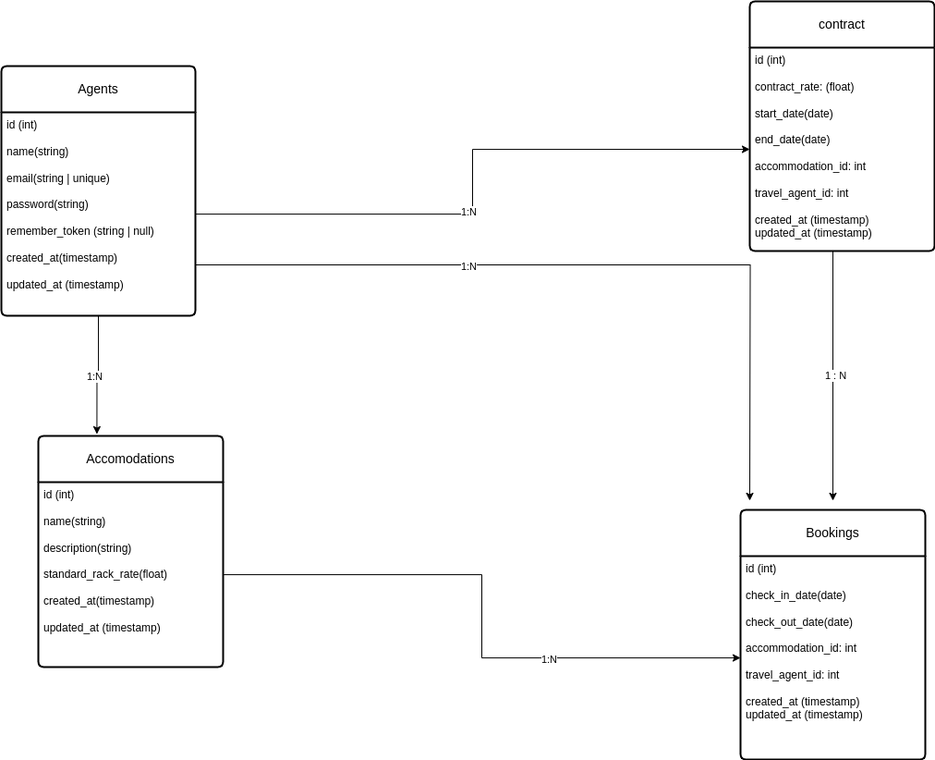
menyagah/B2B_Platform_For_TravelAgents keeps this draw.io diagram as DatabaseUML.drawio.png. Above is the earlier version. Source tidied: cells renumbered, new cells last; positions are measured from the earlier drawing's top-left corner, leaving out a move shared by most shapes.
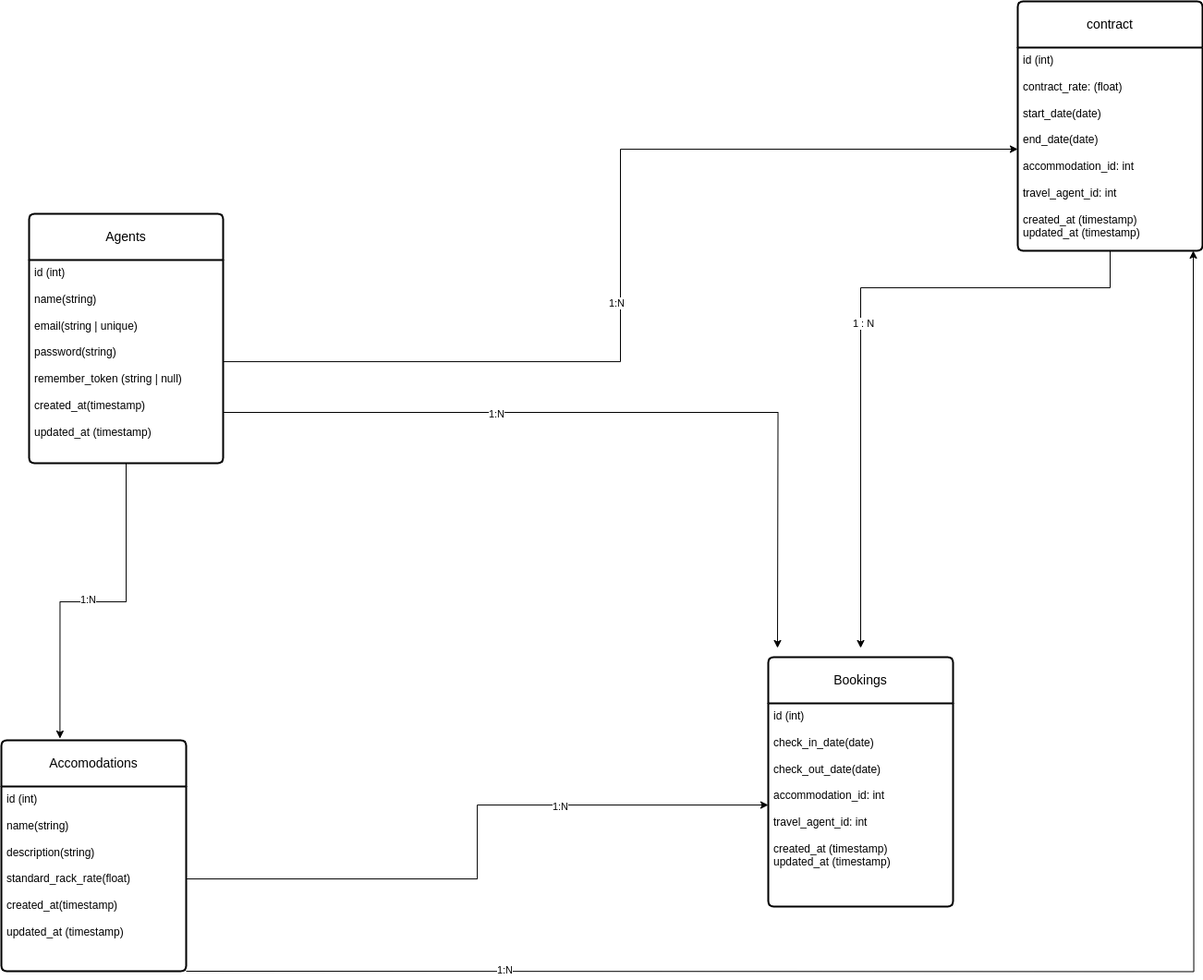
After the change.

Commit message:
Fix entity relationships

Change to the diagram source:
```diff
@@ -9,13 +9,13 @@
       <mxGeometry y="50" width="210" height="220" as="geometry" />
     </mxCell>
     <mxCell id="4" value="contract" style="swimlane;horizontal=1;startSize=50;rounded=1;fontSize=14;fontStyle=0;strokeWidth=2;shadow=0;dashed=0;align=center;arcSize=4;whiteSpace=wrap;html=1;" parent="1" vertex="1">
-      <mxGeometry x="810" width="200" height="270" as="geometry" />
+      <mxGeometry x="1070" y="-160" width="200" height="270" as="geometry" />
     </mxCell>
     <mxCell id="5" value="id (int)&lt;br&gt;&lt;br&gt;contract_rate: (float)&lt;br&gt;&lt;br&gt;start_date(date)&lt;br&gt;&lt;br&gt;end_date(date)&lt;br&gt;&lt;br&gt;accommodation_id: int&lt;br&gt;&lt;br&gt;travel_agent_id: int&lt;br&gt;&lt;br&gt;created_at (timestamp)&lt;br&gt;updated_at (timestamp)" style="align=left;strokeColor=none;fillColor=none;spacingLeft=4;fontSize=12;verticalAlign=top;html=1;" parent="4" vertex="1">
       <mxGeometry y="50" width="200" height="220" as="geometry" />
     </mxCell>
     <mxCell id="6" value="Accomodations" style="swimlane;horizontal=1;startSize=50;rounded=1;fontSize=14;fontStyle=0;strokeWidth=2;shadow=0;dashed=0;align=center;arcSize=4;whiteSpace=wrap;html=1;" parent="1" vertex="1">
-      <mxGeometry x="40" y="470" width="200" height="250" as="geometry" />
+      <mxGeometry x="-30" y="640" width="200" height="250" as="geometry" />
     </mxCell>
     <mxCell id="7" value="id (int)&lt;br&gt;&lt;br&gt;name(string)&lt;br&gt;&lt;br&gt;description(string)&lt;br&gt;&lt;br&gt;standard_rack_rate(float)&lt;br&gt;&lt;br&gt;created_at(timestamp)&lt;br&gt;&lt;br&gt;updated_at (timestamp)" style="align=left;strokeColor=none;fillColor=none;spacingLeft=4;fontSize=12;verticalAlign=top;html=1;" parent="6" vertex="1">
       <mxGeometry y="50" width="200" height="200" as="geometry" />
@@ -65,5 +65,14 @@
     <mxCell id="19" value="1:N" style="edgeLabel;html=1;align=center;verticalAlign=middle;" parent="18" vertex="1">
       <mxGeometry x="0.04" y="-3" relative="1" as="geometry" />
     </mxCell>
+    <mxCell id="20" style="edgeStyle=orthogonalEdgeStyle;rounded=0;orthogonalLoop=1;jettySize=auto;html=1;exitX=0.5;exitY=1;exitDx=0;exitDy=0;" parent="1" edge="1">
+      <mxGeometry relative="1" as="geometry">
+        <mxPoint x="170" y="890" as="sourcePoint" />
+        <mxPoint x="1260" y="110" as="targetPoint" />
+      </mxGeometry>
+    </mxCell>
+    <mxCell id="21" value="1:N&lt;br&gt;" style="edgeLabel;html=1;align=center;verticalAlign=middle;" parent="20" vertex="1">
+      <mxGeometry x="-0.63" y="2" relative="1" as="geometry" />
+    </mxCell>
   </root>
 </mxGraphModel>
```
